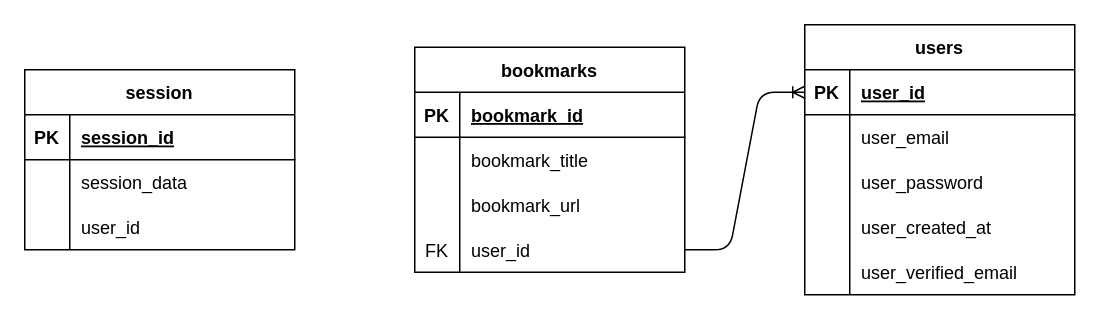
The draw.io diagram src/db_files/db_er_diagram.drawio in castroitalo/savefavdotcom, before the edit. Source tidied: cells renumbered, new cells numbered last; positions are measured from the earlier drawing's top-left corner, leaving out a move shared by most shapes. Both pictures are drawn from the tidied source at 150%, with x=0, y=0 at pixel (24, 24).
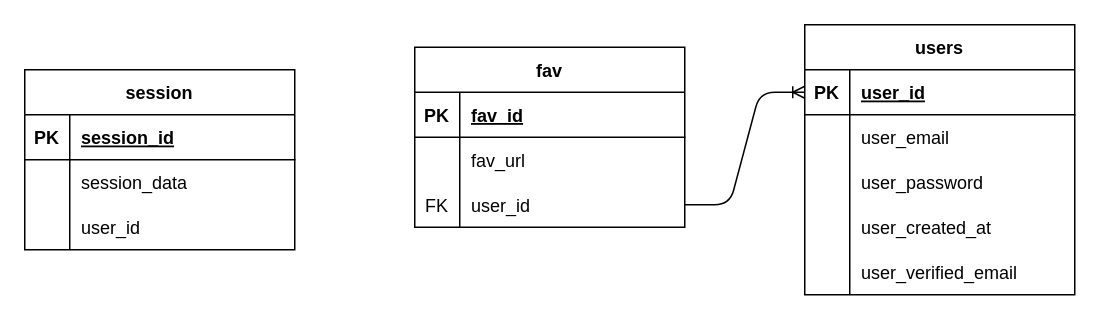
Above is the later version.

Unchanged cells that the change refers to:
```xml
<mxCell id="19" style="shape=tableRow;horizontal=0;startSize=0;swimlaneHead=0;swimlaneBody=0;fillColor=none;top=0;left=0;right=0;bottom=1;" parent="18" vertex="1">
  <mxGeometry y="30" width="180" height="30" as="geometry" />
</mxCell>
```

Change to the diagram source:
```diff
@@
-    <mxCell id="18" value="bookmarks" style="shape=table;startSize=30;childLayout=tableLayout;rowLines=0;fontStyle=1;align=center;" parent="1" vertex="1">
-      <mxGeometry x="260" y="15" width="180" height="150" as="geometry" />
+    <mxCell id="18" value="fav" style="shape=table;startSize=30;childLayout=tableLayout;rowLines=0;fontStyle=1;align=center;" parent="1" vertex="1">
+      <mxGeometry x="260" y="15" width="180" height="120" as="geometry" />
     </mxCell>
@@
-    <mxCell id="21" value="bookmark_id" style="shape=partialRectangle;fillColor=none;top=0;left=0;bottom=0;right=0;align=left;spacingLeft=6;fontStyle=5;overflow=hidden;" parent="19" vertex="1">
+    <mxCell id="21" value="fav_id" style="shape=partialRectangle;fillColor=none;top=0;left=0;bottom=0;right=0;align=left;spacingLeft=6;fontStyle=5;overflow=hidden;" parent="19" vertex="1">
       <mxGeometry x="30" width="150" height="30" as="geometry" />
     </mxCell>
-    <mxCell id="22" style="shape=tableRow;horizontal=0;startSize=0;swimlaneHead=0;swimlaneBody=0;fillColor=none;top=0;left=0;right=0;bottom=0;" parent="18" vertex="1">
-      <mxGeometry y="60" width="180" height="30" as="geometry" />
-    </mxCell>
-    <mxCell id="23" style="shape=partialRectangle;fillColor=none;top=0;left=0;bottom=0;right=0;overflow=hidden;" parent="22" vertex="1">
-      <mxGeometry width="30" height="30" as="geometry" />
-    </mxCell>
-    <mxCell id="24" value="bookmark_title" style="shape=partialRectangle;fillColor=none;top=0;left=0;bottom=0;right=0;align=left;spacingLeft=6;overflow=hidden;" parent="22" vertex="1">
-      <mxGeometry x="30" width="150" height="30" as="geometry" />
-    </mxCell>
     <mxCell id="25" style="shape=tableRow;horizontal=0;startSize=0;swimlaneHead=0;swimlaneBody=0;fillColor=none;top=0;left=0;right=0;bottom=0;" parent="18" vertex="1">
-      <mxGeometry y="90" width="180" height="30" as="geometry" />
+      <mxGeometry y="60" width="180" height="30" as="geometry" />
     </mxCell>
@@
-    <mxCell id="27" value="bookmark_url" style="shape=partialRectangle;fillColor=none;top=0;left=0;bottom=0;right=0;align=left;spacingLeft=6;overflow=hidden;" parent="25" vertex="1">
+    <mxCell id="27" value="fav_url" style="shape=partialRectangle;fillColor=none;top=0;left=0;bottom=0;right=0;align=left;spacingLeft=6;overflow=hidden;" parent="25" vertex="1">
       <mxGeometry x="30" width="150" height="30" as="geometry" />
     </mxCell>
     <mxCell id="28" style="shape=tableRow;horizontal=0;startSize=0;swimlaneHead=0;swimlaneBody=0;fillColor=none;points=[[0,0.5],[1,0.5]];portConstraint=eastwest;top=0;left=0;right=0;bottom=0;" parent="18" vertex="1">
-      <mxGeometry y="120" width="180" height="30" as="geometry" />
+      <mxGeometry y="90" width="180" height="30" as="geometry" />
     </mxCell>
```
